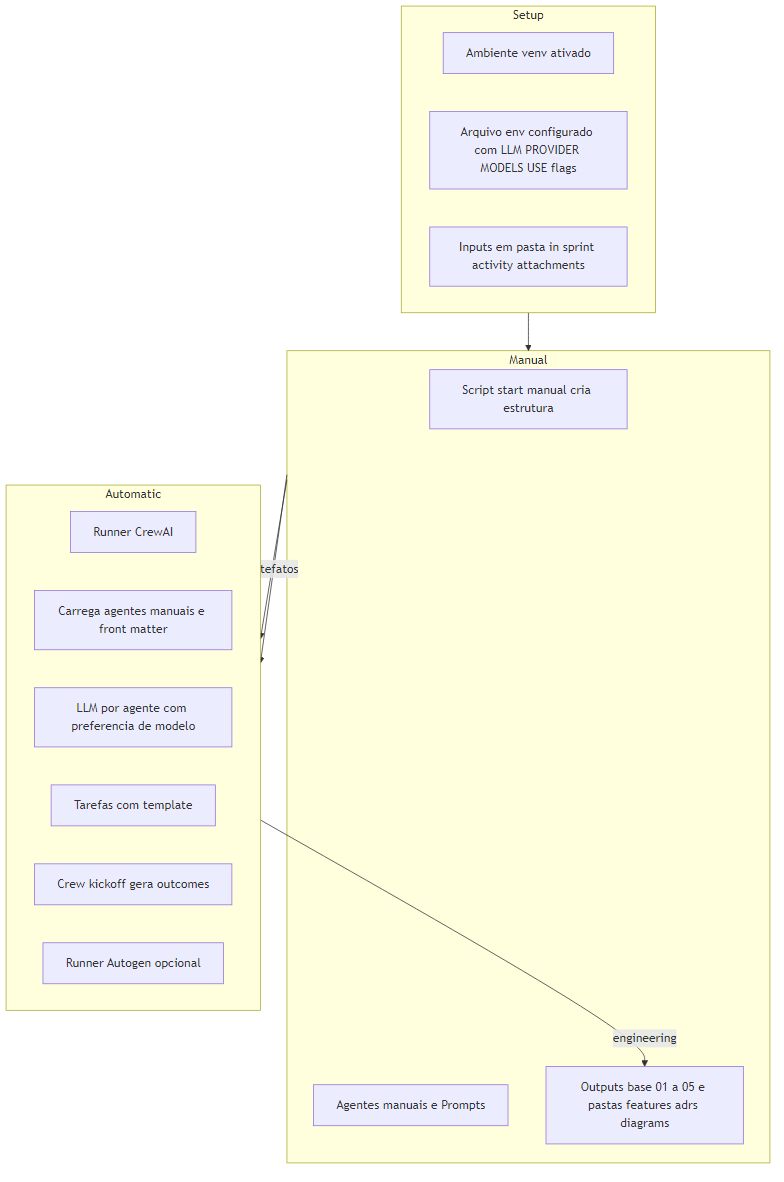
This is docs/images/process-detailed.png from eliterickytech/WorkflowAgentsAI, a Mermaid export, as it was before one commit. Its source is kept beside it as docs/diagram/process-detailed.mmd.
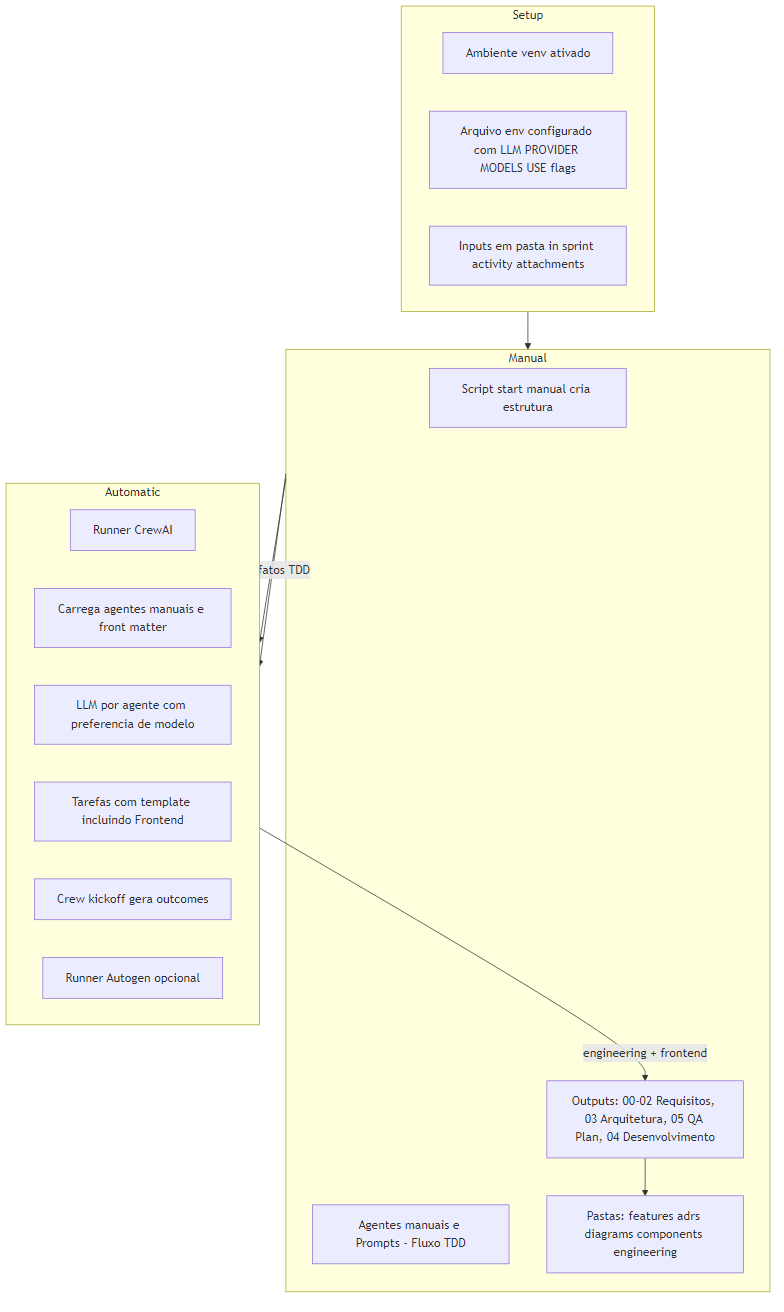
After the commit.

The edit, as a diff of the source:
```diff
@@ -6,8 +6,9 @@
   end
   subgraph Manual
     M1[Script start manual cria estrutura]
-    M2[Agentes manuais e Prompts]
-    M3[Outputs base 01 a 05 e pastas features adrs diagrams components]
+    M2[Agentes manuais e Prompts - Fluxo TDD]
+    M3[Outputs: 00-02 Requisitos, 03 Arquitetura, 05 QA Plan, 04 Desenvolvimento]
+    M4[Pastas: features adrs diagrams components engineering]
   end
   subgraph Automatic
     A1[Runner CrewAI]
@@ -18,5 +19,6 @@
     A6[Runner Autogen opcional]
   end
   Setup --> Manual --> Automatic
-  Manual -->|artefatos| Automatic
+  Manual -->|artefatos TDD| Automatic
   Automatic -->|engineering + frontend| M3
+  M3 --> M4
```
